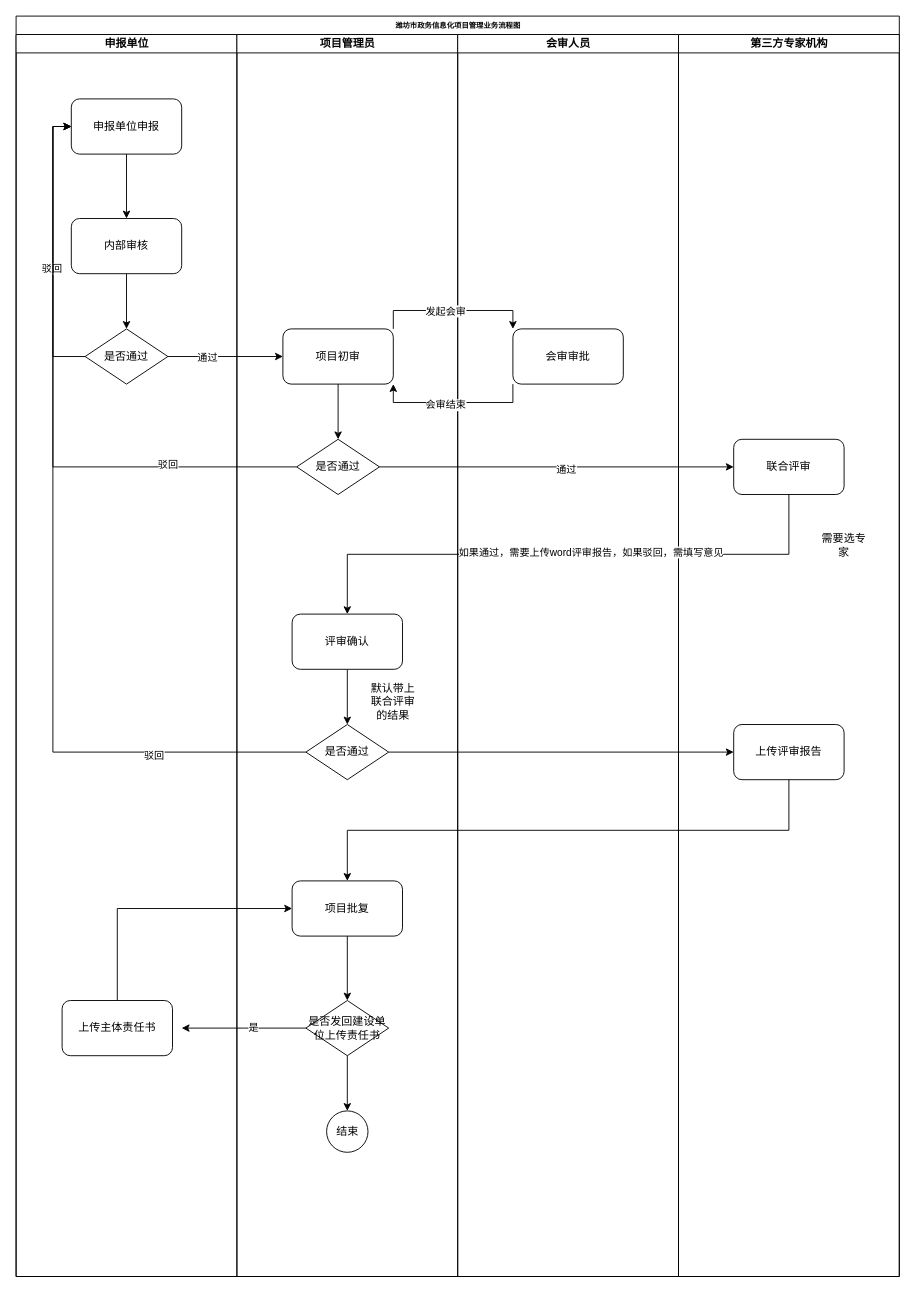
Earlier version of the draw.io diagram 潍坊项目管理流程.drawio (98roc/draw). Source tidied: cells renumbered, new cells numbered last; positions are measured from the earlier drawing's top-left corner, leaving out a move shared by most shapes. Both pictures are drawn from the tidied source at 92%, with x=0, y=0 at pixel (16, 16).
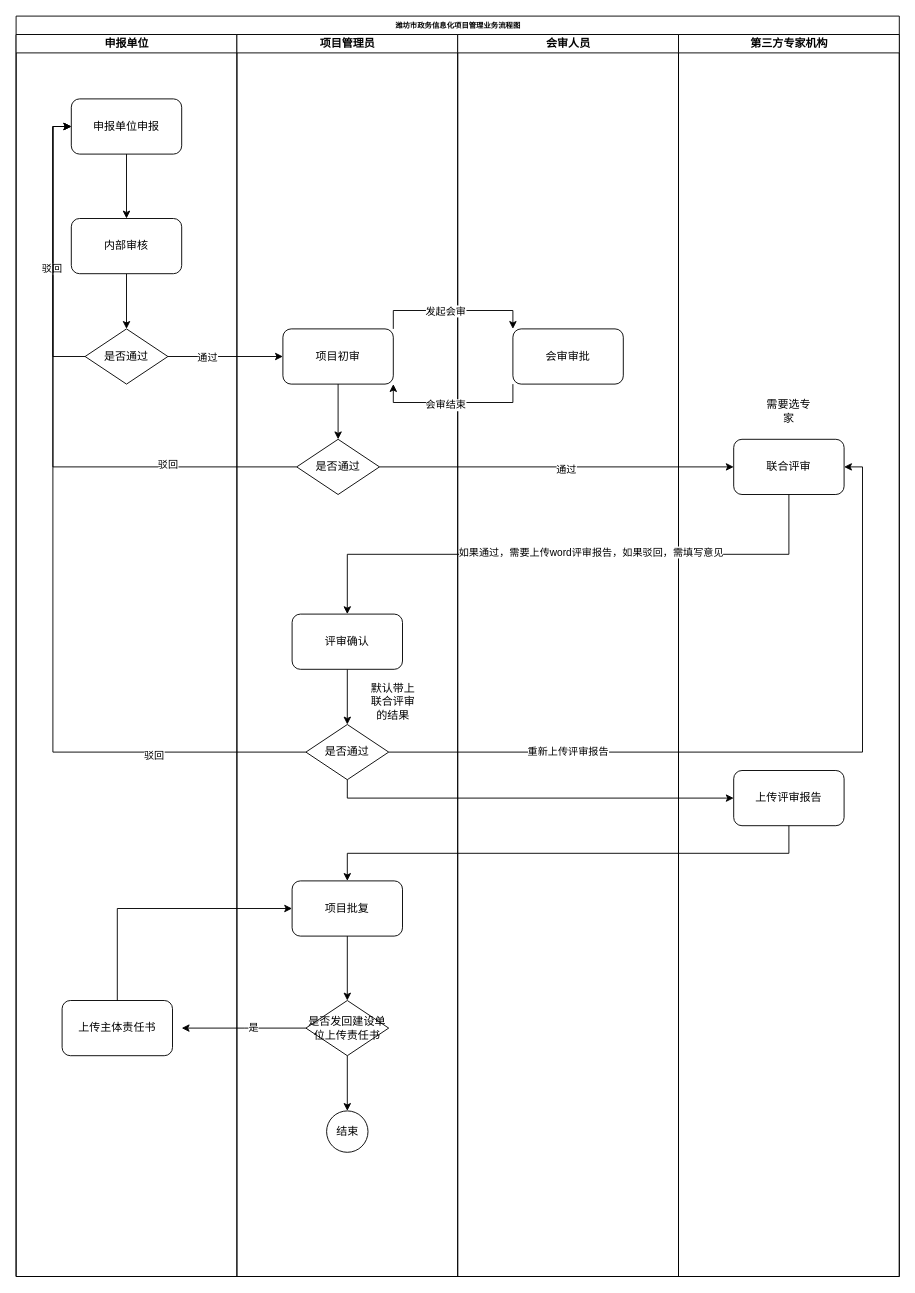
The same page after the edit.

Commit message:
更新潍坊项目管理流程.drawio

The change refers to these unchanged cells:
```xml
<mxCell id="2" value="潍坊市政务信息化项目管理业务流程图" style="swimlane;html=1;startSize=20;rounded=0;shadow=0;labelBackgroundColor=none;strokeWidth=1;fontFamily=Verdana;fontSize=8;align=center;" parent="1" vertex="1">
  <mxGeometry width="960" height="1370" as="geometry" />
</mxCell>
<mxCell id="18" value="是否通过" style="rhombus;whiteSpace=wrap;html=1;" parent="12" vertex="1">
  <mxGeometry x="75" y="750" width="90" height="60" as="geometry" />
</mxCell>
<mxCell id="35" value="第三方专家机构" style="swimlane;html=1;startSize=20;" parent="2" vertex="1">
  <mxGeometry x="720" y="20" width="240" height="1350" as="geometry" />
</mxCell>
<mxCell id="36" value="联合评审" style="rounded=1;whiteSpace=wrap;html=1;" parent="35" vertex="1">
  <mxGeometry x="60" y="440" width="120" height="60" as="geometry" />
</mxCell>
```

Diff of the diagram source:
```diff
@@
     <mxCell id="37" value="需要选专家" style="text;html=1;strokeColor=none;fillColor=none;align=center;verticalAlign=middle;whiteSpace=wrap;rounded=0;" parent="35" vertex="1">
-      <mxGeometry x="150" y="540" width="60" height="30" as="geometry" />
+      <mxGeometry x="90" y="395" width="60" height="30" as="geometry" />
     </mxCell>
     <mxCell id="38" value="上传评审报告" style="rounded=1;whiteSpace=wrap;html=1;" parent="35" vertex="1">
-      <mxGeometry x="60" y="750" width="120" height="60" as="geometry" />
+      <mxGeometry x="60" y="800" width="120" height="60" as="geometry" />
     </mxCell>
@@
-    <mxCell id="47" style="edgeStyle=orthogonalEdgeStyle;rounded=0;jettySize=auto;html=1;exitX=1;exitY=0.5;exitDx=0;exitDy=0;" parent="2" edge="1" source="18" target="38">
+    <mxCell id="47" style="edgeStyle=orthogonalEdgeStyle;rounded=0;jettySize=auto;html=1;exitX=0.5;exitY=1;exitDx=0;exitDy=0;" parent="2" edge="1" source="18" target="38">
       <mxGeometry relative="1" as="geometry" />
     </mxCell>
@@
+    <mxCell id="50" style="edgeStyle=orthogonalEdgeStyle;rounded=0;jettySize=auto;html=1;exitX=1;exitY=0.5;exitDx=0;exitDy=0;entryX=1;entryY=0.5;entryDx=0;entryDy=0;" parent="2" edge="1" source="18" target="36">
+      <mxGeometry relative="1" as="geometry" />
+    </mxCell>
+    <mxCell id="51" value="重新上传评审报告" style="edgeLabel;html=1;align=center;verticalAlign=middle;" parent="50" vertex="1">
+      <mxGeometry x="-0.54" y="1" relative="1" as="geometry" />
+    </mxCell>
```
